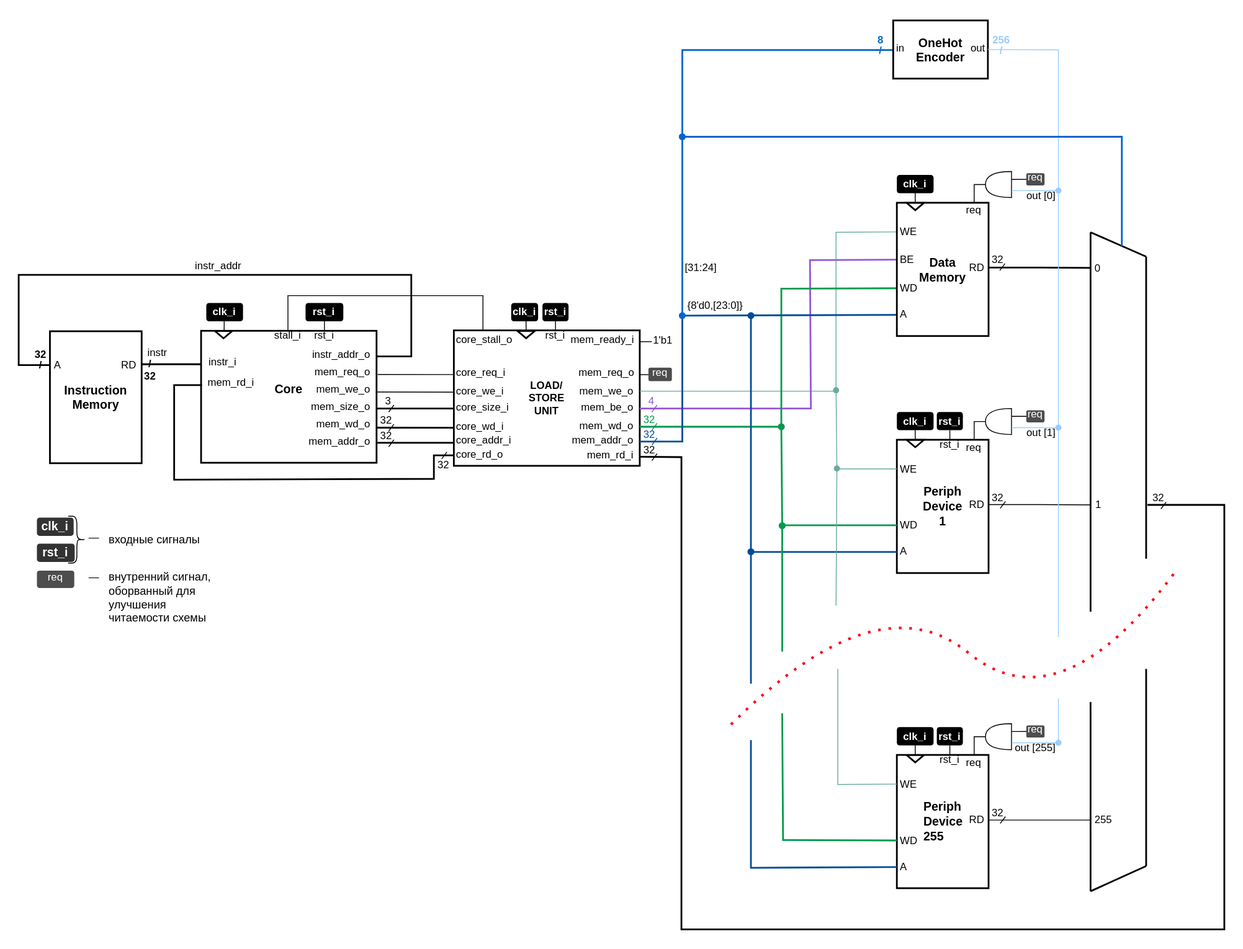
Earlier version of the draw.io export .pic/Labs/lab_13_periph/fig_01.drawio.svg (MPSU/APS). Source tidied: cells renumbered, new cells last; positions are measured from the earlier drawing's top-left corner, leaving out a move shared by most shapes.
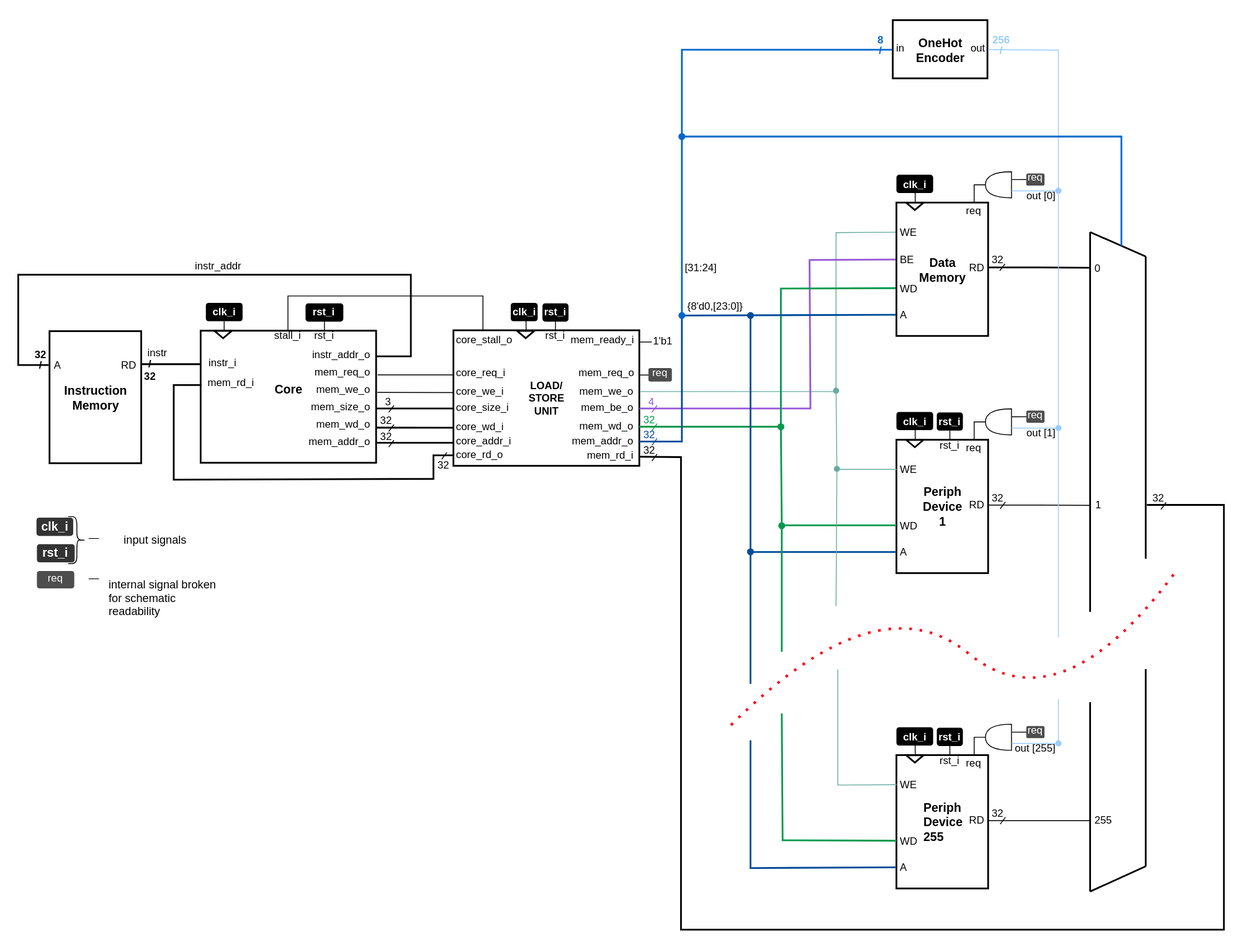
Above is the later version.

Change to the diagram source:
```diff
@@ -8,8 +8,8 @@
     <mxCell id="3" value="&lt;p style=&quot;line-height: 130%;&quot;&gt;&lt;font style=&quot;font-size: 14px;&quot;&gt;&lt;b&gt;rst_i&lt;/b&gt;&lt;/font&gt;&lt;/p&gt;" style="text;html=1;strokeColor=none;fillColor=#333333;align=center;verticalAlign=middle;whiteSpace=wrap;rounded=1;fontSize=13;fontColor=#FFFFFF;comic=0;jiggle=0.5;" parent="1" vertex="1">
       <mxGeometry x="21" y="605.7" width="43.5" height="21" as="geometry" />
     </mxCell>
-    <mxCell id="4" value="&lt;font style=&quot;font-size: 13px;&quot;&gt;входные сигналы&lt;/font&gt;" style="text;html=1;align=center;verticalAlign=middle;strokeColor=none;fillColor=none;comic=0;" parent="1" vertex="1">
-      <mxGeometry x="94.3" y="586.7" width="124" height="29" as="geometry" />
+    <mxCell id="4" value="&lt;font style=&quot;font-size: 13px;&quot;&gt;input signals&lt;/font&gt;" style="text;html=1;align=center;verticalAlign=middle;strokeColor=none;fillColor=none;comic=0;" parent="1" vertex="1">
+      <mxGeometry x="111.3" y="586.7" width="91" height="29" as="geometry" />
     </mxCell>
     <mxCell id="5" style="endArrow=none;dashed=1;html=1;dashPattern=1 3;strokeWidth=3;curved=1;strokeColor=#FF0516;" parent="1" edge="1">
       <mxGeometry relative="1" as="geometry">
@@ -45,7 +45,7 @@
     <mxCell id="10" value="req" style="text;html=1;strokeColor=none;fillColor=#4D4D4D;align=center;verticalAlign=middle;whiteSpace=wrap;rounded=1;comic=0;spacing=0;spacingBottom=4;fontColor=#FFFFFF;" parent="1" vertex="1">
       <mxGeometry x="21" y="636.7" width="43" height="20" as="geometry" />
     </mxCell>
-    <mxCell id="11" value="&lt;div align=&quot;left&quot;&gt;&lt;font style=&quot;font-size: 13px;&quot;&gt;внутренний сигнал, оборванный для улучшения читаемости схемы&lt;/font&gt;&lt;br&gt;&lt;/div&gt;" style="text;html=1;strokeColor=none;fillColor=none;align=left;verticalAlign=middle;whiteSpace=wrap;rounded=0;" parent="1" vertex="1">
+    <mxCell id="11" value="&lt;div align=&quot;left&quot;&gt;&lt;font style=&quot;font-size: 13px;&quot;&gt;internal signal broken for schematic readability&lt;/font&gt;&lt;br&gt;&lt;/div&gt;" style="text;html=1;strokeColor=none;fillColor=none;align=left;verticalAlign=middle;whiteSpace=wrap;rounded=0;" parent="1" vertex="1">
       <mxGeometry x="102" y="630.2" width="131" height="76" as="geometry" />
     </mxCell>
     <mxCell id="12" value="—" style="text;html=1;strokeColor=none;fillColor=none;align=center;verticalAlign=middle;whiteSpace=wrap;rounded=0;" parent="1" vertex="1">
```
